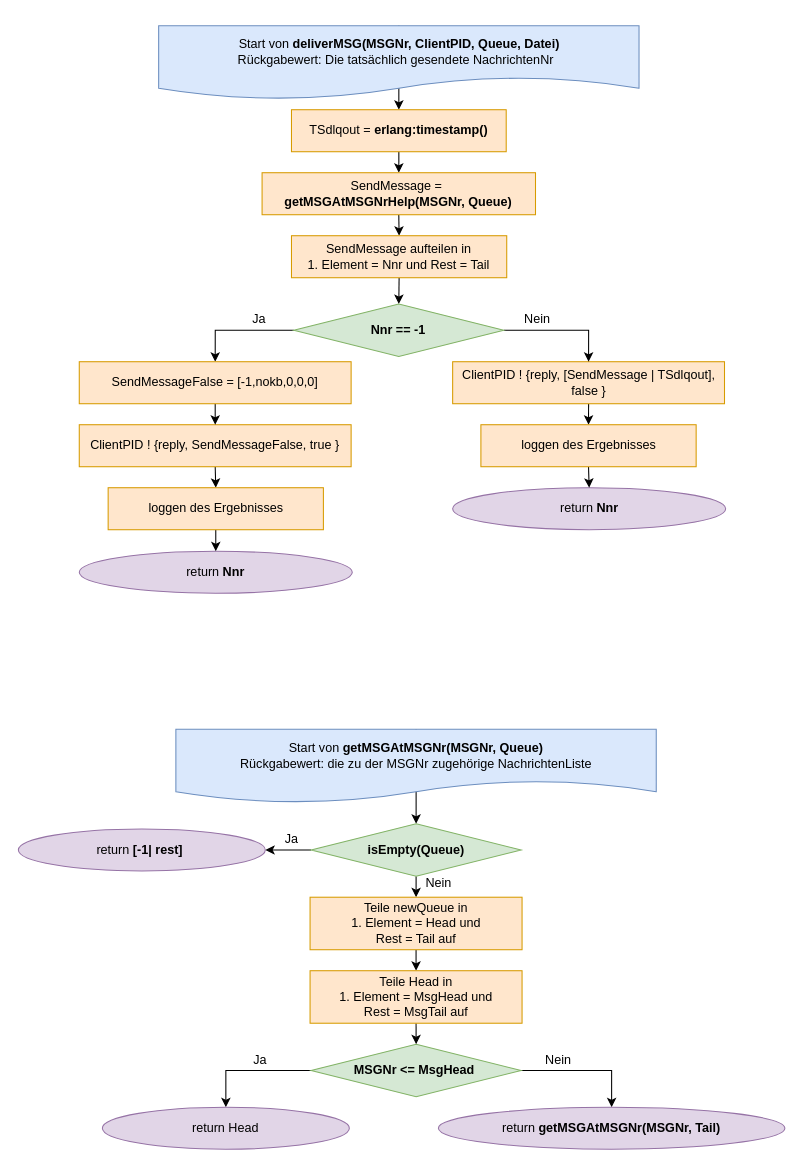
Above: Grafiken:Bilder/draw.io/DLQ/5. deliverMSG.drawio in krisschaaf/Hausarbeit_Erlang_Queues (draw.io), before the change. Source tidied: cells renumbered, new cells numbered last; positions are measured from the earlier drawing's top-left corner, leaving out a move shared by most shapes. Both pictures are drawn from the tidied source at 105%, with x=0, y=0 at pixel (18, 25).
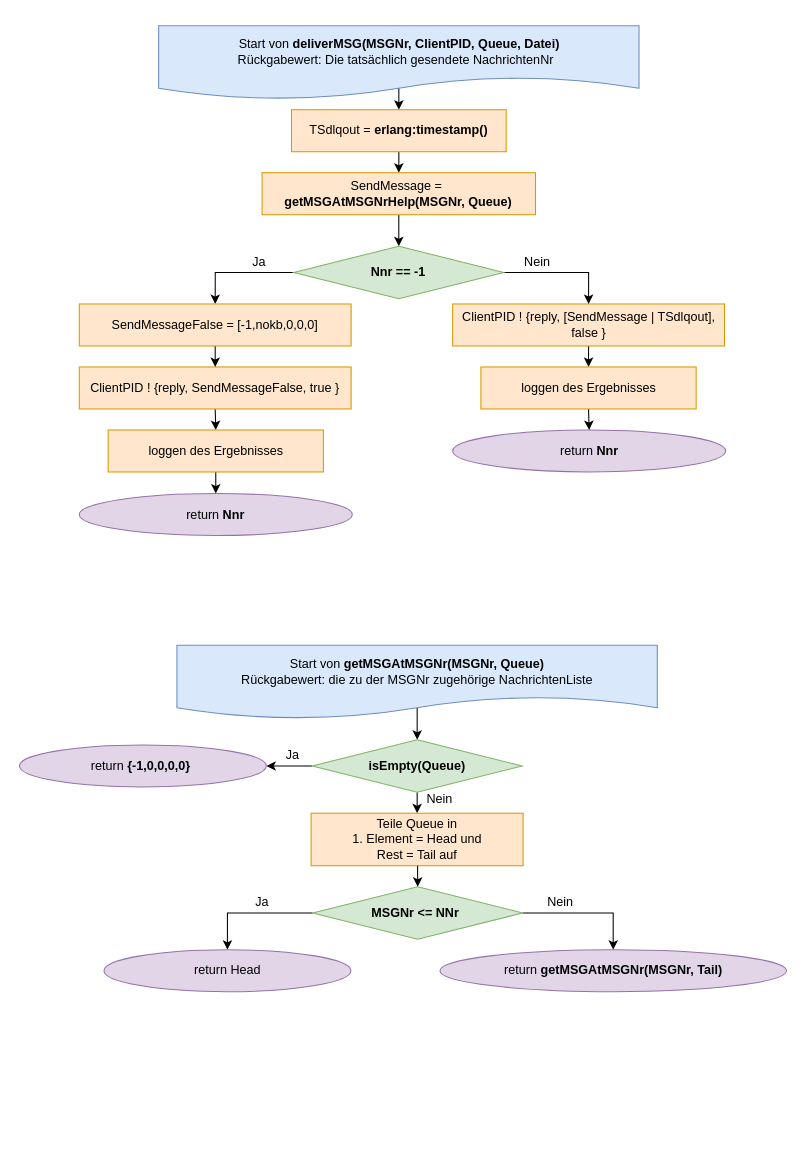
The same page after the edit.

The change refers to these unchanged cells:
```xml
<mxCell id="7" value="SendMessage =&amp;nbsp;&lt;br&gt;&lt;b&gt;getMSGAtMSGNrHelp(MSGNr, Queue)&lt;/b&gt;" style="rounded=0;whiteSpace=wrap;html=1;fillColor=#ffe6cc;strokeColor=#d79b00;" parent="1" vertex="1">
  <mxGeometry x="232.1" y="140" width="260.4" height="40" as="geometry" />
</mxCell>
```

Change to the diagram source:
```diff
@@
-    <mxCell id="6" style="edgeStyle=orthogonalEdgeStyle;rounded=0;jettySize=auto;html=1;exitX=0.5;exitY=1;exitDx=0;exitDy=0;entryX=0.5;entryY=0;entryDx=0;entryDy=0;" parent="1" edge="1" source="7" target="27">
+    <mxCell id="6" style="edgeStyle=orthogonalEdgeStyle;rounded=0;jettySize=auto;html=1;exitX=0.5;exitY=1;exitDx=0;exitDy=0;entryX=0.5;entryY=0;entryDx=0;entryDy=0;" parent="1" edge="1" source="7" target="32">
       <mxGeometry relative="1" as="geometry" />
     </mxCell>
@@
     <mxCell id="8" value="return &lt;b&gt;Nnr&lt;/b&gt;" style="ellipse;whiteSpace=wrap;html=1;rounded=0;fillColor=#e1d5e7;strokeColor=#9673a6;" parent="1" vertex="1">
-      <mxGeometry x="413.6" y="440" width="260" height="40" as="geometry" />
+      <mxGeometry x="413.6" y="385" width="260" height="40" as="geometry" />
     </mxCell>
@@
     <mxCell id="10" value="ClientPID ! {reply, [SendMessage | TSdlqout], false }" style="rounded=0;whiteSpace=wrap;html=1;fillColor=#ffe6cc;strokeColor=#d79b00;" parent="1" vertex="1">
-      <mxGeometry x="413.6" y="320" width="258.9" height="40" as="geometry" />
+      <mxGeometry x="413.6" y="265" width="258.9" height="40" as="geometry" />
     </mxCell>
     <mxCell id="11" style="edgeStyle=orthogonalEdgeStyle;rounded=0;jettySize=auto;html=1;exitX=0.5;exitY=0;exitDx=0;exitDy=0;entryX=0.5;entryY=0;entryDx=0;entryDy=0;" parent="1" edge="1" source="12" target="15">
       <mxGeometry relative="1" as="geometry">
         <Array as="points">
-          <mxPoint x="379" y="680" />
-          <mxPoint x="379" y="680" />
+          <mxPoint x="380" y="600" />
+          <mxPoint x="380" y="600" />
         </Array>
       </mxGeometry>
     </mxCell>
     <mxCell id="12" value="Start von &lt;b&gt;getMSGAtMSGNr(MSGNr, Queue)&lt;/b&gt;&lt;br&gt;Rückgabewert: die zu der MSGNr zugehörige NachrichtenListe" style="shape=document;whiteSpace=wrap;html=1;boundedLbl=1;fillColor=#dae8fc;strokeColor=#6c8ebf;" parent="1" vertex="1">
-      <mxGeometry x="150" y="670" width="457.5" height="70" as="geometry" />
+      <mxGeometry x="151" y="590" width="457.5" height="70" as="geometry" />
     </mxCell>
@@
     <mxCell id="15" value="isEmpty(Queue)" style="rhombus;whiteSpace=wrap;html=1;rounded=0;fillColor=#d5e8d4;strokeColor=#82b366;fontStyle=1;" parent="1" vertex="1">
-      <mxGeometry x="278.8" y="760" width="200" height="50" as="geometry" />
+      <mxGeometry x="279.8" y="680" width="200" height="50" as="geometry" />
     </mxCell>
-    <mxCell id="16" style="edgeStyle=orthogonalEdgeStyle;rounded=0;jettySize=auto;html=1;exitX=0.5;exitY=1;exitDx=0;exitDy=0;entryX=0.5;entryY=0;entryDx=0;entryDy=0;" parent="1" edge="1" source="17" target="23">
-      <mxGeometry relative="1" as="geometry" />
-    </mxCell>
-    <mxCell id="17" value="Teile newQueue in&lt;br&gt;1. Element = Head und&lt;br&gt;Rest = Tail auf" style="rounded=0;whiteSpace=wrap;html=1;fillColor=#ffe6cc;strokeColor=#d79b00;" parent="1" vertex="1">
-      <mxGeometry x="277.8" y="830" width="201.9" height="50" as="geometry" />
+    <mxCell id="17" value="Teile Queue in&lt;br&gt;1. Element = Head und&lt;br&gt;Rest = Tail auf" style="rounded=0;whiteSpace=wrap;html=1;fillColor=#ffe6cc;strokeColor=#d79b00;" parent="1" vertex="1">
+      <mxGeometry x="278.8" y="750" width="201.9" height="50" as="geometry" />
     </mxCell>
-    <mxCell id="18" value="return &lt;b&gt;[-1| rest]&lt;/b&gt;&amp;nbsp;" style="ellipse;whiteSpace=wrap;html=1;rounded=0;fillColor=#e1d5e7;strokeColor=#9673a6;" parent="1" vertex="1">
-      <mxGeometry y="765" width="235.2" height="40" as="geometry" />
+    <mxCell id="18" value="return &lt;b&gt;{-1,0,0,0,0}&lt;/b&gt;&amp;nbsp;" style="ellipse;whiteSpace=wrap;html=1;rounded=0;fillColor=#e1d5e7;strokeColor=#9673a6;" parent="1" vertex="1">
+      <mxGeometry x="1" y="685" width="235.2" height="40" as="geometry" />
     </mxCell>
@@
-    <mxCell id="21" value="MSGNr &amp;lt;= MsgHead&amp;nbsp;" style="rhombus;whiteSpace=wrap;html=1;rounded=0;fillColor=#d5e8d4;strokeColor=#82b366;fontStyle=1;" parent="1" vertex="1">
-      <mxGeometry x="278.8" y="970" width="200" height="50" as="geometry" />
+    <mxCell id="21" value="MSGNr &amp;lt;= NNr&amp;nbsp;" style="rhombus;whiteSpace=wrap;html=1;rounded=0;fillColor=#d5e8d4;strokeColor=#82b366;fontStyle=1;" parent="1" vertex="1">
+      <mxGeometry x="280.3" y="820" width="200" height="50" as="geometry" />
     </mxCell>
-    <mxCell id="22" style="edgeStyle=orthogonalEdgeStyle;rounded=0;jettySize=auto;html=1;exitX=0.5;exitY=1;exitDx=0;exitDy=0;entryX=0.5;entryY=0;entryDx=0;entryDy=0;" parent="1" edge="1" source="23" target="21">
-      <mxGeometry relative="1" as="geometry" />
+    <mxCell id="22" style="edgeStyle=orthogonalEdgeStyle;rounded=0;jettySize=auto;html=1;exitX=0.5;exitY=1;exitDx=0;exitDy=0;entryX=0.5;entryY=0;entryDx=0;entryDy=0;" parent="1" edge="1" target="21">
+      <mxGeometry relative="1" as="geometry">
+        <mxPoint x="380.2" y="800" as="sourcePoint" />
+      </mxGeometry>
     </mxCell>
-    <mxCell id="23" value="Teile Head in&lt;br&gt;1. Element = MsgHead und&lt;br&gt;Rest = MsgTail auf" style="rounded=0;whiteSpace=wrap;html=1;fillColor=#ffe6cc;strokeColor=#d79b00;" parent="1" vertex="1">
-      <mxGeometry x="277.8" y="900" width="201.9" height="50" as="geometry" />
-    </mxCell>
     <mxCell id="24" value="return Head" style="ellipse;whiteSpace=wrap;html=1;rounded=0;fillColor=#e1d5e7;strokeColor=#9673a6;" parent="1" vertex="1">
-      <mxGeometry x="80" y="1030" width="235.2" height="40" as="geometry" />
+      <mxGeometry x="81.5" y="880" width="235.2" height="40" as="geometry" />
     </mxCell>
     <mxCell id="25" value="return &lt;b&gt;getMSGAtMSGNr(MSGNr, Tail)&lt;/b&gt;" style="ellipse;whiteSpace=wrap;html=1;rounded=0;fillColor=#e1d5e7;strokeColor=#9673a6;" parent="1" vertex="1">
-      <mxGeometry x="400" y="1030" width="330" height="40" as="geometry" />
+      <mxGeometry x="401.5" y="880" width="330" height="40" as="geometry" />
     </mxCell>
-    <mxCell id="26" style="edgeStyle=orthogonalEdgeStyle;rounded=0;jettySize=auto;html=1;exitX=0.5;exitY=1;exitDx=0;exitDy=0;entryX=0.5;entryY=0;entryDx=0;entryDy=0;" parent="1" edge="1" source="27" target="32">
-      <mxGeometry relative="1" as="geometry" />
-    </mxCell>
-    <mxCell id="27" value="SendMessage aufteilen in &lt;br&gt;1. Element = Nnr und Rest = Tail" style="rounded=0;whiteSpace=wrap;html=1;fillColor=#ffe6cc;strokeColor=#d79b00;" parent="1" vertex="1">
-      <mxGeometry x="260.1" y="200" width="205" height="40" as="geometry" />
-    </mxCell>
@@
     <mxCell id="29" value="loggen des Ergebnisses" style="rounded=0;whiteSpace=wrap;html=1;fillColor=#ffe6cc;strokeColor=#d79b00;" parent="1" vertex="1">
-      <mxGeometry x="440.5" y="380" width="205" height="40" as="geometry" />
+      <mxGeometry x="440.5" y="325" width="205" height="40" as="geometry" />
     </mxCell>
@@
     <mxCell id="32" value="Nnr == -1" style="rhombus;whiteSpace=wrap;html=1;rounded=0;fillColor=#d5e8d4;strokeColor=#82b366;fontStyle=1;" parent="1" vertex="1">
-      <mxGeometry x="262.3" y="265" width="200" height="50" as="geometry" />
+      <mxGeometry x="262.3" y="210" width="200" height="50" as="geometry" />
     </mxCell>
@@
     <mxCell id="34" value="ClientPID ! {reply, SendMessageFalse, true }" style="rounded=0;whiteSpace=wrap;html=1;fillColor=#ffe6cc;strokeColor=#d79b00;" parent="1" vertex="1">
-      <mxGeometry x="58" y="380" width="258.9" height="40" as="geometry" />
+      <mxGeometry x="58" y="325" width="258.9" height="40" as="geometry" />
     </mxCell>
@@
     <mxCell id="36" value="SendMessageFalse = [-1,nokb,0,0,0]" style="rounded=0;whiteSpace=wrap;html=1;fillColor=#ffe6cc;strokeColor=#d79b00;" parent="1" vertex="1">
-      <mxGeometry x="58" y="320" width="258.9" height="40" as="geometry" />
+      <mxGeometry x="58" y="265" width="258.9" height="40" as="geometry" />
     </mxCell>
     <mxCell id="37" value="return &lt;b&gt;Nnr&lt;/b&gt;" style="ellipse;whiteSpace=wrap;html=1;rounded=0;fillColor=#e1d5e7;strokeColor=#9673a6;" parent="1" vertex="1">
-      <mxGeometry x="58" y="500.5" width="260" height="40" as="geometry" />
+      <mxGeometry x="58" y="445.5" width="260" height="40" as="geometry" />
     </mxCell>
@@
     <mxCell id="39" value="loggen des Ergebnisses" style="rounded=0;whiteSpace=wrap;html=1;fillColor=#ffe6cc;strokeColor=#d79b00;" parent="1" vertex="1">
-      <mxGeometry x="85.5" y="440" width="205" height="40" as="geometry" />
+      <mxGeometry x="85.5" y="385" width="205" height="40" as="geometry" />
     </mxCell>
     <mxCell id="40" value="Ja" style="text;html=1;align=center;verticalAlign=middle;strokeColor=none;fillColor=none;" parent="1" vertex="1">
-      <mxGeometry x="213.6" y="270" width="30" height="20" as="geometry" />
+      <mxGeometry x="213.6" y="215" width="30" height="20" as="geometry" />
     </mxCell>
     <mxCell id="41" value="Nein" style="text;html=1;align=center;verticalAlign=middle;strokeColor=none;fillColor=none;" parent="1" vertex="1">
-      <mxGeometry x="473.6" y="270" width="40" height="20" as="geometry" />
+      <mxGeometry x="473.6" y="215" width="40" height="20" as="geometry" />
     </mxCell>
     <mxCell id="42" value="Ja" style="text;html=1;align=center;verticalAlign=middle;strokeColor=none;fillColor=none;" parent="1" vertex="1">
-      <mxGeometry x="244.8" y="765" width="30" height="20" as="geometry" />
+      <mxGeometry x="245.8" y="685" width="30" height="20" as="geometry" />
     </mxCell>
     <mxCell id="43" value="Nein" style="text;html=1;align=center;verticalAlign=middle;strokeColor=none;fillColor=none;" parent="1" vertex="1">
-      <mxGeometry x="380" y="807" width="40" height="20" as="geometry" />
+      <mxGeometry x="381" y="727" width="40" height="20" as="geometry" />
     </mxCell>
     <mxCell id="44" value="Ja" style="text;html=1;align=center;verticalAlign=middle;strokeColor=none;fillColor=none;" parent="1" vertex="1">
-      <mxGeometry x="215" y="975" width="30" height="20" as="geometry" />
+      <mxGeometry x="216.5" y="825" width="30" height="20" as="geometry" />
     </mxCell>
     <mxCell id="45" value="Nein" style="text;html=1;align=center;verticalAlign=middle;strokeColor=none;fillColor=none;" parent="1" vertex="1">
-      <mxGeometry x="494" y="975" width="40" height="20" as="geometry" />
+      <mxGeometry x="495.5" y="825" width="40" height="20" as="geometry" />
     </mxCell>
```
